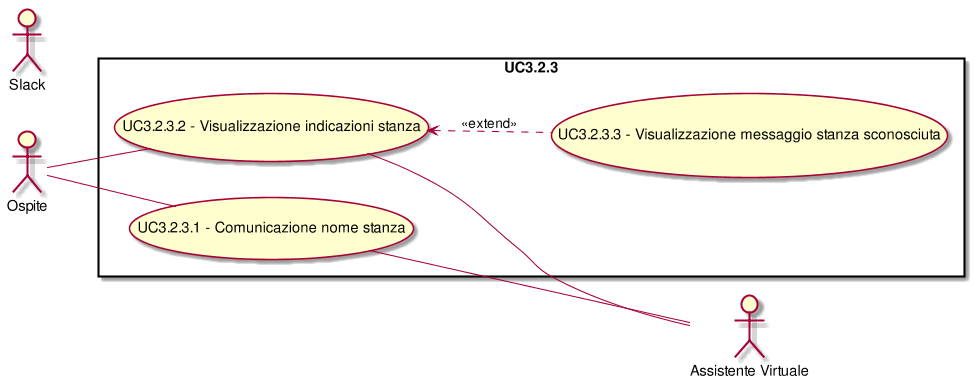
Above: RR/Esterni/AnalisiDeiRequisiti/images/UseCaseUC323.png in CoCodeSWE/Docs (PlantUML), before the change. The source it was exported from:
```plantuml
@startuml
scale 1000*1000
left to right direction
skinparam packageStyle rect
:Ospite:
:Slack:
:Assistente Virtuale:
rectangle UC3.2.3{
(UC3.2.3.2) <.. (UC3.2.3.3): <<extend>>
( UC3.2.3.1 - Comunicazione nome stanza ) as (UC3.2.3.1)
:Ospite:--(UC3.2.3.1)
( UC3.2.3.1 - Comunicazione nome stanza ) as (UC3.2.3.1)
(UC3.2.3.1)--:Assistente Virtuale:
( UC3.2.3.2 - Visualizzazione indicazioni stanza ) as (UC3.2.3.2)
:Ospite:--(UC3.2.3.2)
( UC3.2.3.2 - Visualizzazione indicazioni stanza ) as (UC3.2.3.2)
(UC3.2.3.2)--:Assistente Virtuale:
( UC3.2.3.3 - Visualizzazione messaggio stanza sconosciuta ) as (UC3.2.3.3)
( UC3.2.3.3 - Visualizzazione messaggio stanza sconosciuta ) as (UC3.2.3.3)
( UC3.2.3.3 - Visualizzazione messaggio stanza sconosciuta ) as (UC3.2.3.3)
}
@enduml
```
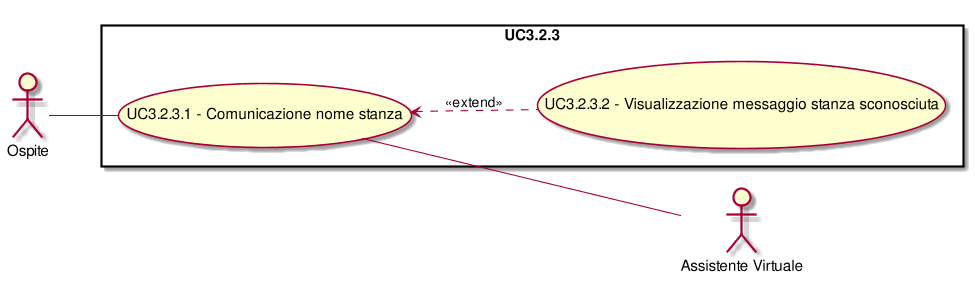
The same diagram one commit later.

The edit, as a diff of the source:
```diff
@@ -3,20 +3,14 @@
 left to right direction
 skinparam packageStyle rect
 :Ospite:
-:Slack:
 :Assistente Virtuale:
 rectangle UC3.2.3{
-(UC3.2.3.2) <.. (UC3.2.3.3): <<extend>>
+(UC3.2.3.1) <.. (UC3.2.3.2): <<extend>>
 ( UC3.2.3.1 - Comunicazione nome stanza ) as (UC3.2.3.1)
 :Ospite:--(UC3.2.3.1)
 ( UC3.2.3.1 - Comunicazione nome stanza ) as (UC3.2.3.1)
 (UC3.2.3.1)--:Assistente Virtuale:
-( UC3.2.3.2 - Visualizzazione indicazioni stanza ) as (UC3.2.3.2)
-:Ospite:--(UC3.2.3.2)
-( UC3.2.3.2 - Visualizzazione indicazioni stanza ) as (UC3.2.3.2)
-(UC3.2.3.2)--:Assistente Virtuale:
-( UC3.2.3.3 - Visualizzazione messaggio stanza sconosciuta ) as (UC3.2.3.3)
-( UC3.2.3.3 - Visualizzazione messaggio stanza sconosciuta ) as (UC3.2.3.3)
-( UC3.2.3.3 - Visualizzazione messaggio stanza sconosciuta ) as (UC3.2.3.3)
+( UC3.2.3.2 - Visualizzazione messaggio stanza sconosciuta ) as (UC3.2.3.2)
+( UC3.2.3.2 - Visualizzazione messaggio stanza sconosciuta ) as (UC3.2.3.2)
 }
 @enduml
```
